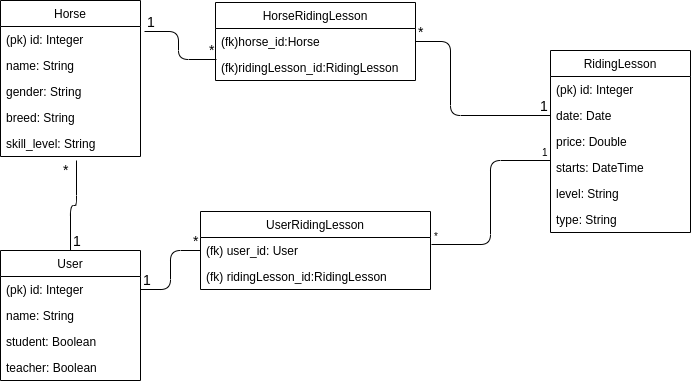
The draw.io diagram documentation/pics/horseApp.png in millakortelainen/horseApp, before a commit. Source tidied: cells renumbered, new cells last; positions are measured from the earlier drawing's top-left corner, leaving out a move shared by most shapes.
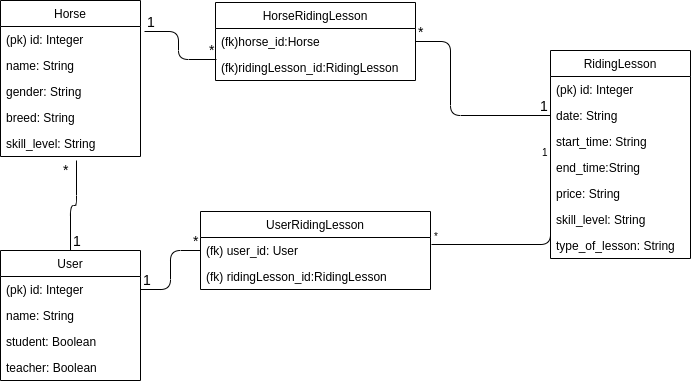
Later version of the same file.

Diff of the diagram source:
```diff
@@ -36,25 +36,28 @@
       <mxGeometry y="104" width="140" height="26" as="geometry" />
     </mxCell>
     <mxCell id="13" value="RidingLesson" style="swimlane;fontStyle=0;horizontal=1;startSize=26;fillColor=none;" parent="1" vertex="1">
-      <mxGeometry x="550" y="50" width="140" height="182" as="geometry" />
+      <mxGeometry x="550" y="50" width="140" height="208" as="geometry" />
     </mxCell>
     <mxCell id="14" value="(pk) id: Integer" style="text;strokeColor=none;fillColor=none;align=left;verticalAlign=top;spacingLeft=4;spacingRight=4;overflow=hidden;" parent="13" vertex="1">
       <mxGeometry y="26" width="140" height="26" as="geometry" />
     </mxCell>
-    <mxCell id="15" value="date: Date" style="text;strokeColor=none;fillColor=none;align=left;verticalAlign=top;spacingLeft=4;spacingRight=4;overflow=hidden;points=[[0,0.5],[1,0.5]];portConstraint=eastwest;" parent="13" vertex="1">
+    <mxCell id="15" value="date: String" style="text;strokeColor=none;fillColor=none;align=left;verticalAlign=top;spacingLeft=4;spacingRight=4;overflow=hidden;points=[[0,0.5],[1,0.5]];portConstraint=eastwest;" parent="13" vertex="1">
       <mxGeometry y="52" width="140" height="26" as="geometry" />
     </mxCell>
+    <mxCell id="41" value="start_time: String" style="text;strokeColor=none;fillColor=none;align=left;verticalAlign=top;spacingLeft=4;spacingRight=4;overflow=hidden;" parent="13" vertex="1">
+      <mxGeometry y="78" width="140" height="26" as="geometry" />
+    </mxCell>
+    <mxCell id="42" value="end_time:String" style="text;strokeColor=none;fillColor=none;align=left;verticalAlign=top;spacingLeft=4;spacingRight=4;overflow=hidden;" parent="13" vertex="1">
+      <mxGeometry y="104" width="140" height="26" as="geometry" />
+    </mxCell>
-    <mxCell id="16" value="price: Double" style="text;strokeColor=none;fillColor=none;align=left;verticalAlign=top;spacingLeft=4;spacingRight=4;overflow=hidden;" parent="13" vertex="1">
-      <mxGeometry y="78" width="140" height="26" as="geometry" />
+    <mxCell id="16" value="price: String" style="text;strokeColor=none;fillColor=none;align=left;verticalAlign=top;spacingLeft=4;spacingRight=4;overflow=hidden;" parent="13" vertex="1">
+      <mxGeometry y="130" width="140" height="26" as="geometry" />
     </mxCell>
-    <mxCell id="17" value="starts: DateTime" style="text;strokeColor=none;fillColor=none;align=left;verticalAlign=top;spacingLeft=4;spacingRight=4;overflow=hidden;points=[[0,0.5],[1,0.5]];portConstraint=eastwest;" parent="13" vertex="1">
-      <mxGeometry y="104" width="140" height="26" as="geometry" />
-    </mxCell>
-    <mxCell id="18" value="level: String" style="text;strokeColor=none;fillColor=none;align=left;verticalAlign=top;spacingLeft=4;spacingRight=4;overflow=hidden;" parent="13" vertex="1">
-      <mxGeometry y="130" width="140" height="26" as="geometry" />
+    <mxCell id="18" value="skill_level: String" style="text;strokeColor=none;fillColor=none;align=left;verticalAlign=top;spacingLeft=4;spacingRight=4;overflow=hidden;" parent="13" vertex="1">
+      <mxGeometry y="156" width="140" height="26" as="geometry" />
     </mxCell>
-    <mxCell id="19" value="type: String" style="text;strokeColor=none;fillColor=none;align=left;verticalAlign=top;spacingLeft=4;spacingRight=4;overflow=hidden;" parent="13" vertex="1">
-      <mxGeometry y="156" width="140" height="26" as="geometry" />
+    <mxCell id="19" value="type_of_lesson: String" style="text;strokeColor=none;fillColor=none;align=left;verticalAlign=top;spacingLeft=4;spacingRight=4;overflow=hidden;" parent="13" vertex="1">
+      <mxGeometry y="182" width="140" height="26" as="geometry" />
     </mxCell>
     <mxCell id="20" style="endArrow=none;html=1;edgeStyle=orthogonalEdgeStyle;entryX=0;entryY=0.5;entryDx=0;entryDy=0;exitX=1;exitY=0.5;exitDx=0;exitDy=0;" parent="1" edge="1" source="9" target="27">
       <mxGeometry relative="1" as="geometry" />
@@ -107,8 +110,10 @@
     <mxCell id="34" value="&lt;font style=&quot;font-size: 14px&quot;&gt;1&lt;/font&gt;" style="html=1;align=right;verticalAlign=bottom;labelBackgroundColor=#ffffff;fontSize=10;" parent="32" vertex="1">
       <mxGeometry x="1" relative="1" as="geometry" />
     </mxCell>
-    <mxCell id="35" style="endArrow=none;html=1;edgeStyle=orthogonalEdgeStyle;entryX=0;entryY=0.231;entryDx=0;entryDy=0;entryPerimeter=0;exitX=1.004;exitY=0.269;exitDx=0;exitDy=0;exitPerimeter=0;" parent="1" edge="1" source="27" target="17">
-      <mxGeometry relative="1" as="geometry" />
+    <mxCell id="35" style="endArrow=none;html=1;edgeStyle=orthogonalEdgeStyle;entryX=0;entryY=0.231;entryDx=0;entryDy=0;entryPerimeter=0;exitX=1.004;exitY=0.269;exitDx=0;exitDy=0;exitPerimeter=0;" parent="1" edge="1" source="27">
+      <mxGeometry relative="1" as="geometry">
+        <mxPoint x="550" y="160" as="targetPoint" />
+      </mxGeometry>
     </mxCell>
     <mxCell id="36" value="*" style="html=1;align=left;verticalAlign=bottom;labelBackgroundColor=#ffffff;fontSize=10;" parent="35" vertex="1">
       <mxGeometry x="-1" relative="1" as="geometry" />
```
